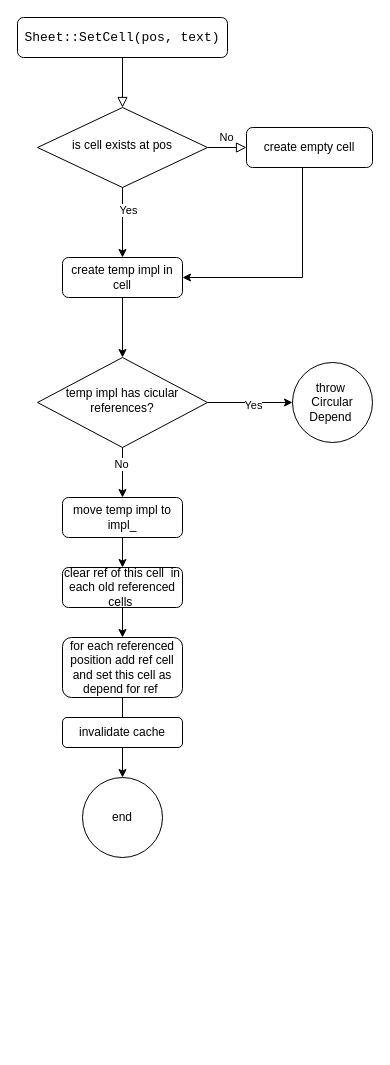
Before: new_cell.drawio in misandr/test_homework, a draw.io diagram. Source tidied: cells renumbered, new cells numbered last; positions are measured from the earlier drawing's top-left corner, leaving out a move shared by most shapes. Both pictures are drawn from the tidied source at 100%, with x=0, y=0 at pixel (17, 17).
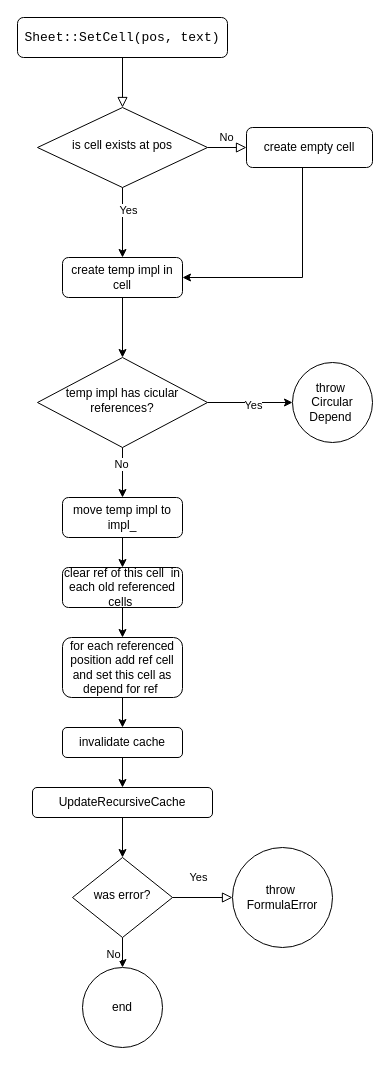
Above is the later version.

Unchanged cells that the change refers to:
```xml
<mxCell id="23" value="for each referenced position add ref cell and set this cell as depend for ref&amp;nbsp;" style="rounded=1;whiteSpace=wrap;html=1;fontSize=12;glass=0;strokeWidth=1;shadow=0;" parent="1" vertex="1">
  <mxGeometry x="45" y="620" width="120" height="60" as="geometry" />
</mxCell>
```

What changed in the source:
```diff
@@
-    <mxCell id="22" style="edgeStyle=orthogonalEdgeStyle;rounded=0;jettySize=auto;html=1;entryX=0.5;entryY=0;entryDx=0;entryDy=0;" parent="1" edge="1" source="23" target="24">
+    <mxCell id="22" style="edgeStyle=orthogonalEdgeStyle;rounded=0;jettySize=auto;html=1;entryX=0.5;entryY=0;entryDx=0;entryDy=0;" parent="1" edge="1" source="23" target="25">
       <mxGeometry relative="1" as="geometry" />
     </mxCell>
@@
     <mxCell id="24" value="end" style="ellipse;whiteSpace=wrap;html=1;" parent="1" vertex="1">
-      <mxGeometry x="65" y="760" width="80" height="80" as="geometry" />
+      <mxGeometry x="65" y="950" width="80" height="80" as="geometry" />
     </mxCell>
+    <mxCell id="26" style="edgeStyle=orthogonalEdgeStyle;rounded=0;jettySize=auto;html=1;entryX=0.5;entryY=0;entryDx=0;entryDy=0;" parent="1" edge="1" source="25" target="28">
+      <mxGeometry relative="1" as="geometry" />
+    </mxCell>
     <mxCell id="25" value="invalidate cache" style="rounded=1;whiteSpace=wrap;html=1;fontSize=12;glass=0;strokeWidth=1;shadow=0;" parent="1" vertex="1">
-      <mxGeometry x="45" y="700" width="120" height="30" as="geometry" />
+      <mxGeometry x="45" y="710" width="120" height="30" as="geometry" />
     </mxCell>
+    <mxCell id="27" style="edgeStyle=orthogonalEdgeStyle;rounded=0;jettySize=auto;html=1;entryX=0.5;entryY=0;entryDx=0;entryDy=0;exitX=0.5;exitY=1;exitDx=0;exitDy=0;" parent="1" edge="1" source="28" target="31">
+      <mxGeometry relative="1" as="geometry" />
+    </mxCell>
+    <mxCell id="28" value="UpdateRecursiveCache" style="rounded=1;whiteSpace=wrap;html=1;fontSize=12;glass=0;strokeWidth=1;shadow=0;" parent="1" vertex="1">
+      <mxGeometry x="15" y="770" width="180" height="30" as="geometry" />
+    </mxCell>
+    <mxCell id="29" style="edgeStyle=orthogonalEdgeStyle;rounded=0;jettySize=auto;html=1;entryX=0.5;entryY=0;entryDx=0;entryDy=0;" parent="1" edge="1" source="31" target="24">
+      <mxGeometry relative="1" as="geometry" />
+    </mxCell>
+    <mxCell id="30" value="No" style="edgeLabel;html=1;align=center;verticalAlign=middle;" parent="29" vertex="1">
+      <mxGeometry x="0.44" y="-1" relative="1" as="geometry">
+        <mxPoint x="-9" as="offset" />
+      </mxGeometry>
+    </mxCell>
+    <mxCell id="31" value="was error?" style="rhombus;whiteSpace=wrap;html=1;shadow=0;fontFamily=Helvetica;fontSize=12;align=center;strokeWidth=1;spacing=6;spacingTop=-4;" parent="1" vertex="1">
+      <mxGeometry x="55" y="840" width="100" height="80" as="geometry" />
+    </mxCell>
+    <mxCell id="32" value="throw&amp;nbsp;&lt;div&gt;FormulaError&lt;/div&gt;" style="ellipse;whiteSpace=wrap;html=1;" parent="1" vertex="1">
+      <mxGeometry x="215" y="830" width="100" height="100" as="geometry" />
+    </mxCell>
+    <mxCell id="33" value="Yes" style="edgeStyle=orthogonalEdgeStyle;rounded=0;html=1;jettySize=auto;fontSize=11;endArrow=block;endFill=0;endSize=8;strokeWidth=1;shadow=0;labelBackgroundColor=none;entryX=0;entryY=0.5;entryDx=0;entryDy=0;exitX=1;exitY=0.5;exitDx=0;exitDy=0;" parent="1" edge="1" source="31" target="32">
+      <mxGeometry x="-0.14" y="20" relative="1" as="geometry" />
+    </mxCell>
```
